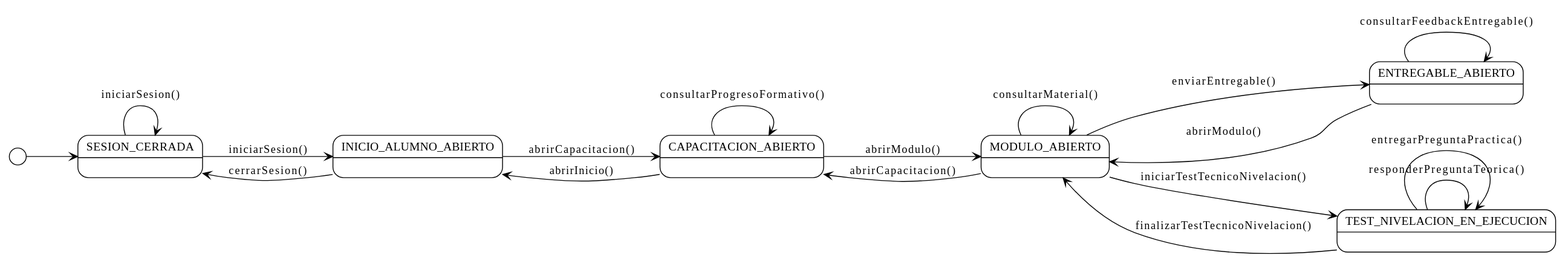
TheMoys/CTS-Academy keeps this PlantUML diagram as images/RUP/01-requisitos/01-actores-casos-uso/diagramaContextoAlumno.svg. Above is the earlier version.
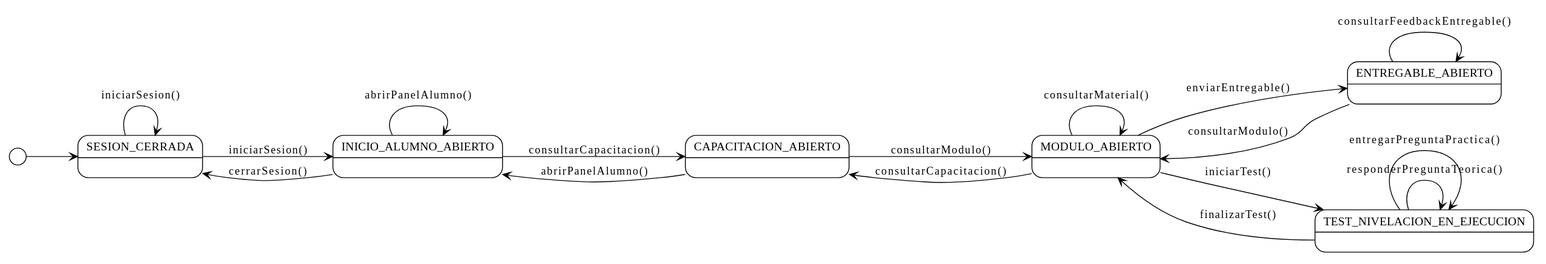
After the change.

Diff of the diagram source:
```diff
@@ -19,21 +19,21 @@
 SESION_CERRADA --> SESION_CERRADA : iniciarSesion()
 SESION_CERRADA --> INICIO_ALUMNO_ABIERTO : iniciarSesion()
 INICIO_ALUMNO_ABIERTO --> SESION_CERRADA : cerrarSesion()
+INICIO_ALUMNO_ABIERTO --> INICIO_ALUMNO_ABIERTO : abrirPanelAlumno()
 
-INICIO_ALUMNO_ABIERTO --> CAPACITACION_ABIERTO : abrirCapacitacion()
-CAPACITACION_ABIERTO --> INICIO_ALUMNO_ABIERTO : abrirInicio()
-CAPACITACION_ABIERTO --> CAPACITACION_ABIERTO : consultarProgresoFormativo()
+INICIO_ALUMNO_ABIERTO --> CAPACITACION_ABIERTO : consultarCapacitacion()
+CAPACITACION_ABIERTO --> INICIO_ALUMNO_ABIERTO : abrirPanelAlumno()
 
-CAPACITACION_ABIERTO --> MODULO_ABIERTO : abrirModulo()
-MODULO_ABIERTO --> CAPACITACION_ABIERTO : abrirCapacitacion()
+CAPACITACION_ABIERTO --> MODULO_ABIERTO : consultarModulo()
+MODULO_ABIERTO --> CAPACITACION_ABIERTO : consultarCapacitacion()
 MODULO_ABIERTO --> MODULO_ABIERTO : consultarMaterial()
 
 MODULO_ABIERTO --> ENTREGABLE_ABIERTO : enviarEntregable()
 ENTREGABLE_ABIERTO --> ENTREGABLE_ABIERTO : consultarFeedbackEntregable()
-ENTREGABLE_ABIERTO --> MODULO_ABIERTO : abrirModulo()
+ENTREGABLE_ABIERTO --> MODULO_ABIERTO : consultarModulo()
 
-MODULO_ABIERTO --> TEST_NIVELACION_EN_EJECUCION : iniciarTestTecnicoNivelacion()
+MODULO_ABIERTO --> TEST_NIVELACION_EN_EJECUCION : iniciarTest()
 TEST_NIVELACION_EN_EJECUCION --> TEST_NIVELACION_EN_EJECUCION : responderPreguntaTeorica()
 TEST_NIVELACION_EN_EJECUCION --> TEST_NIVELACION_EN_EJECUCION : entregarPreguntaPractica()
-TEST_NIVELACION_EN_EJECUCION --> MODULO_ABIERTO : finalizarTestTecnicoNivelacion()
+TEST_NIVELACION_EN_EJECUCION --> MODULO_ABIERTO : finalizarTest()
 @enduml
```
